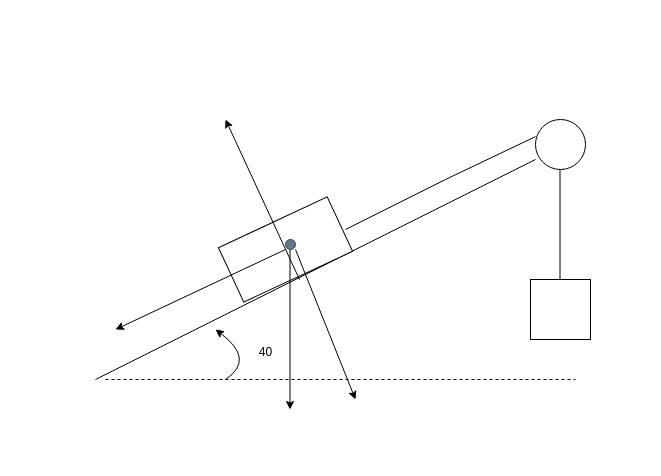
Earlier version of the draw.io diagram new1.drawio (elgenio123/diagrams). Source tidied: cells renumbered, new cells numbered last; positions are measured from the earlier drawing's top-left corner, leaving out a move shared by most shapes. Both pictures are drawn from the tidied source at 100%, with x=0, y=0 at pixel (95, 119).
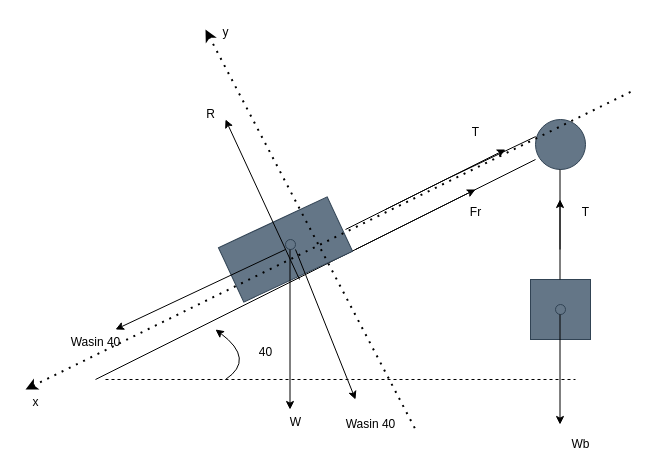
After the change.

Commit message (it also covers changes not shown here):
Mettre à jour new1.drawio

What changed in the source:
```diff
@@
-    <mxCell id="3" style="rounded=0;whiteSpace=wrap;html=1;rotation=-25;" parent="1" vertex="1">
+    <mxCell id="3" style="rounded=0;whiteSpace=wrap;html=1;rotation=-25;fillColor=#647687;fontColor=#ffffff;strokeColor=#314354;" parent="1" vertex="1">
       <mxGeometry x="130" y="100" width="120" height="60" as="geometry" />
     </mxCell>
-    <mxCell id="4" style="ellipse;whiteSpace=wrap;html=1;" parent="1" vertex="1">
+    <mxCell id="4" style="ellipse;whiteSpace=wrap;html=1;fillColor=#647687;fontColor=#ffffff;strokeColor=#314354;" parent="1" vertex="1">
       <mxGeometry x="440" width="50" height="50" as="geometry" />
     </mxCell>
@@
-    <mxCell id="6" style="rounded=0;whiteSpace=wrap;html=1;" parent="1" vertex="1">
+    <mxCell id="6" style="rounded=0;whiteSpace=wrap;html=1;fillColor=#647687;fontColor=#ffffff;strokeColor=#314354;" parent="1" vertex="1">
       <mxGeometry x="435" y="160" width="60" height="60" as="geometry" />
     </mxCell>
@@
+    <mxCell id="16" style="ellipse;whiteSpace=wrap;html=1;fillColor=#647687;fontColor=#ffffff;strokeColor=#314354;" parent="1" vertex="1">
+      <mxGeometry x="460" y="185" width="10" height="10" as="geometry" />
+    </mxCell>
+    <mxCell id="17" style="endArrow=classic;html=1;rounded=0;" parent="1" edge="1">
+      <mxGeometry relative="1" as="geometry">
+        <mxPoint x="464.5" y="195" as="sourcePoint" />
+        <mxPoint x="464.5" y="305" as="targetPoint" />
+      </mxGeometry>
+    </mxCell>
+    <mxCell id="18" style="endArrow=classic;html=1;rounded=0;" parent="1" edge="1">
+      <mxGeometry relative="1" as="geometry">
+        <mxPoint x="290" y="90" as="sourcePoint" />
+        <mxPoint x="410" y="30" as="targetPoint" />
+      </mxGeometry>
+    </mxCell>
+    <mxCell id="19" style="endArrow=classic;html=1;rounded=0;" parent="1" edge="1">
+      <mxGeometry relative="1" as="geometry">
+        <mxPoint x="464.5" y="130" as="sourcePoint" />
+        <mxPoint x="464.5" y="80" as="targetPoint" />
+      </mxGeometry>
+    </mxCell>
+    <mxCell id="20" value="W" style="text;html=1;align=center;verticalAlign=middle;strokeColor=none;fillColor=none;" parent="1" vertex="1">
+      <mxGeometry x="185" y="288" width="30" height="30" as="geometry" />
+    </mxCell>
+    <mxCell id="21" value="Wasin 40" style="text;html=1;align=center;verticalAlign=middle;strokeColor=none;fillColor=none;" parent="1" vertex="1">
+      <mxGeometry x="240" y="290" width="70" height="30" as="geometry" />
+    </mxCell>
+    <mxCell id="22" value="Wasin 40" style="text;html=1;align=center;verticalAlign=middle;strokeColor=none;fillColor=none;" parent="1" vertex="1">
+      <mxGeometry x="-35" y="208" width="70" height="30" as="geometry" />
+    </mxCell>
+    <mxCell id="23" value="R" style="text;html=1;align=center;verticalAlign=middle;strokeColor=none;fillColor=none;" parent="1" vertex="1">
+      <mxGeometry x="100" y="-20" width="30" height="30" as="geometry" />
+    </mxCell>
+    <mxCell id="24" value="T" style="text;html=1;align=center;verticalAlign=middle;strokeColor=none;fillColor=none;" parent="1" vertex="1">
+      <mxGeometry x="365" y="-2" width="30" height="30" as="geometry" />
+    </mxCell>
+    <mxCell id="25" value="T" style="text;html=1;align=center;verticalAlign=middle;strokeColor=none;fillColor=none;" parent="1" vertex="1">
+      <mxGeometry x="475" y="78" width="30" height="30" as="geometry" />
+    </mxCell>
+    <mxCell id="26" value="Wb" style="text;html=1;align=center;verticalAlign=middle;strokeColor=none;fillColor=none;" parent="1" vertex="1">
+      <mxGeometry x="465" y="310" width="40" height="30" as="geometry" />
+    </mxCell>
+    <mxCell id="27" style="endArrow=classic;html=1;rounded=0;" parent="1" edge="1">
+      <mxGeometry relative="1" as="geometry">
+        <mxPoint x="260" y="130" as="sourcePoint" />
+        <mxPoint x="380" y="70" as="targetPoint" />
+      </mxGeometry>
+    </mxCell>
+    <mxCell id="28" value="Fr" style="text;html=1;align=center;verticalAlign=middle;strokeColor=none;fillColor=none;" parent="1" vertex="1">
+      <mxGeometry x="365" y="78" width="30" height="30" as="geometry" />
+    </mxCell>
+    <mxCell id="29" style="endArrow=none;dashed=1;html=1;dashPattern=1 3;strokeWidth=2;rounded=0;startArrow=classic;startFill=1;" parent="1" edge="1">
+      <mxGeometry relative="1" as="geometry">
+        <mxPoint x="-70" y="270" as="sourcePoint" />
+        <mxPoint x="540" y="-30" as="targetPoint" />
+      </mxGeometry>
+    </mxCell>
+    <mxCell id="30" style="endArrow=none;dashed=1;html=1;dashPattern=1 3;strokeWidth=2;rounded=0;startArrow=classic;startFill=1;" parent="1" edge="1">
+      <mxGeometry relative="1" as="geometry">
+        <mxPoint x="110" y="-90" as="sourcePoint" />
+        <mxPoint x="320" y="310" as="targetPoint" />
+      </mxGeometry>
+    </mxCell>
+    <mxCell id="31" value="y" style="text;html=1;align=center;verticalAlign=middle;strokeColor=none;fillColor=none;" parent="1" vertex="1">
+      <mxGeometry x="115" y="-102" width="30" height="30" as="geometry" />
+    </mxCell>
+    <mxCell id="32" value="x" style="text;html=1;align=center;verticalAlign=middle;strokeColor=none;fillColor=none;" parent="1" vertex="1">
+      <mxGeometry x="-75" y="268" width="30" height="30" as="geometry" />
+    </mxCell>
```
